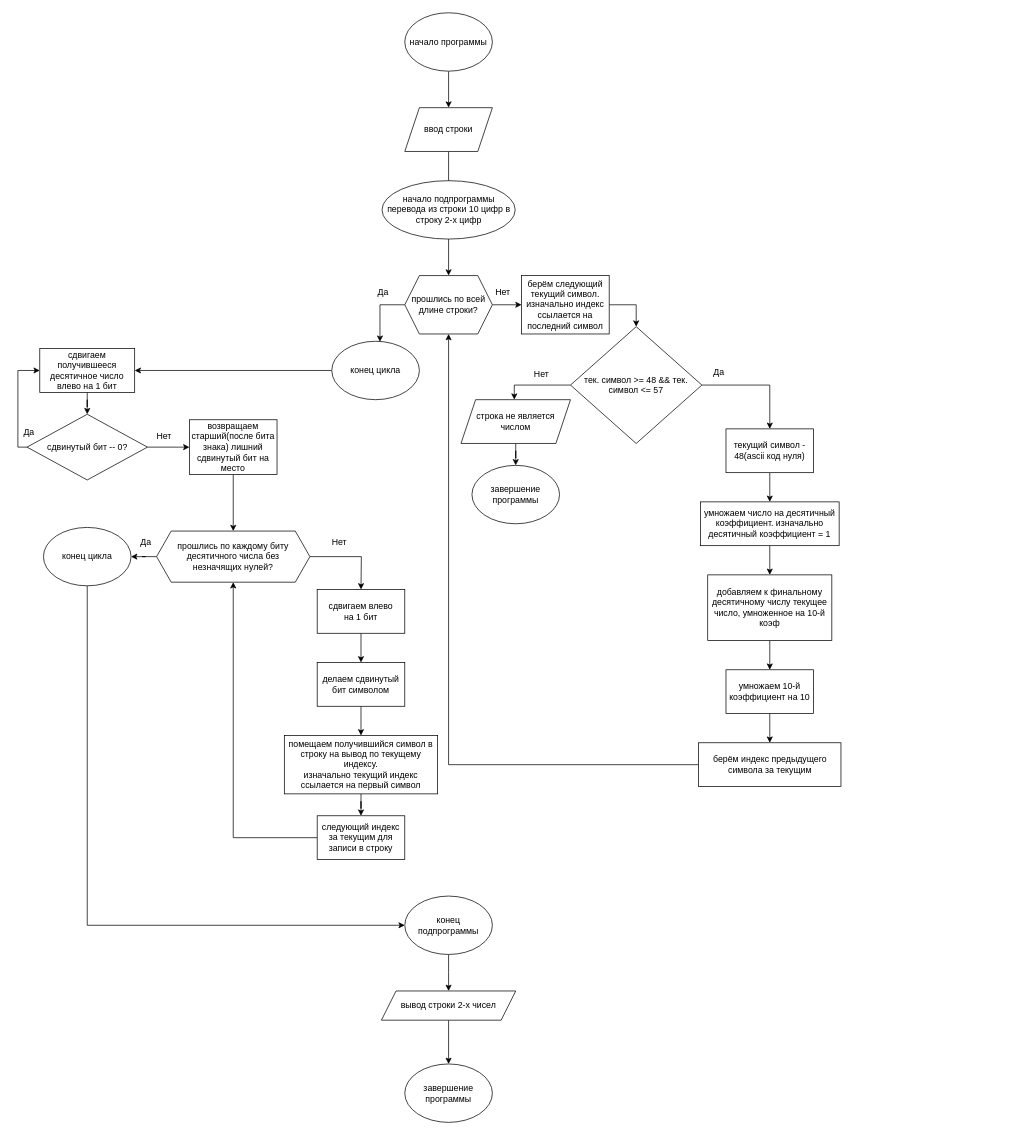
Above: assembler_lab6.drawio in Macsik121/flowcharts (draw.io), before the change. Source tidied: cells renumbered, new cells numbered last; positions are measured from the earlier drawing's top-left corner, leaving out a move shared by most shapes. Both pictures are drawn from the tidied source at 73%, with x=0, y=0 at pixel (14, 12).
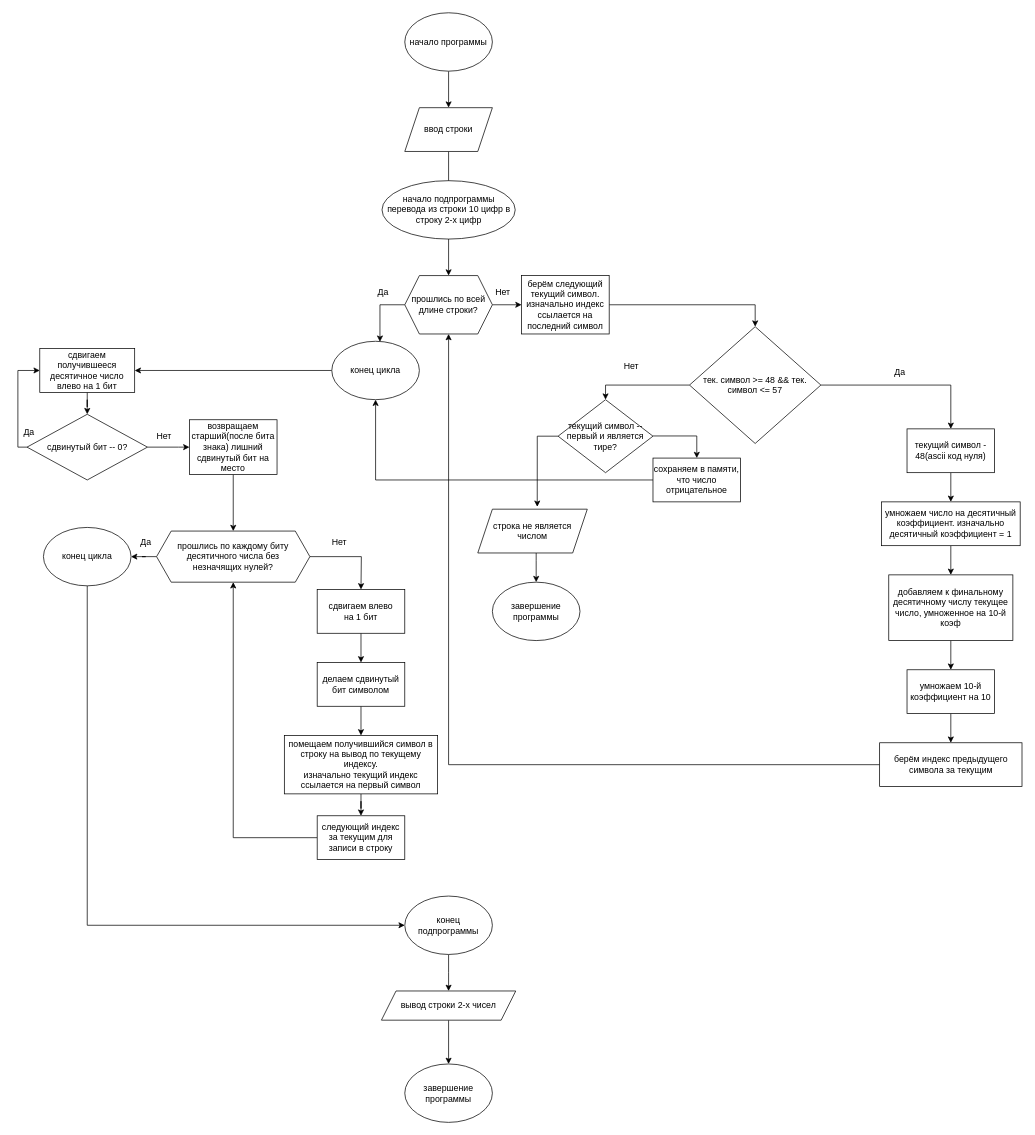
After the change.

Commit message:
настройка программы на работы с отрицательными числами

The change refers to these unchanged cells:
```xml
<mxCell id="10" value="конец цикла" style="ellipse;whiteSpace=wrap;html=1;" parent="1" vertex="1">
  <mxGeometry x="435" y="450" width="120" height="80" as="geometry" />
</mxCell>
<mxCell id="24" value="берём следующий текущий символ. изначально индекс ссылается на последний символ" style="rounded=0;whiteSpace=wrap;html=1;" parent="1" vertex="1">
  <mxGeometry x="695" y="360" width="120" height="80" as="geometry" />
</mxCell>
```

The edit, as a diff of the source:
```diff
@@
     <mxCell id="8" value="текущий символ - 48(ascii код нуля)" style="rounded=0;whiteSpace=wrap;html=1;" parent="1" vertex="1">
-      <mxGeometry x="975" y="570" width="120" height="60" as="geometry" />
+      <mxGeometry x="1223" y="570" width="120" height="60" as="geometry" />
     </mxCell>
@@
-    <mxCell id="11" style="edgeStyle=orthogonalEdgeStyle;rounded=0;jettySize=auto;html=1;entryX=0.5;entryY=0;entryDx=0;entryDy=0;" parent="1" edge="1" source="13" target="8">
+    <mxCell id="11" style="edgeStyle=orthogonalEdgeStyle;rounded=0;jettySize=auto;html=1;entryX=0.5;entryY=0;entryDx=0;entryDy=0;exitX=1;exitY=0.5;exitDx=0;exitDy=0;" parent="1" edge="1" source="13" target="8">
       <mxGeometry relative="1" as="geometry" />
     </mxCell>
-    <mxCell id="12" style="edgeStyle=orthogonalEdgeStyle;rounded=0;jettySize=auto;html=1;" parent="1" edge="1" source="13" target="15">
-      <mxGeometry relative="1" as="geometry">
-        <Array as="points">
-          <mxPoint x="685" y="510" />
-        </Array>
-      </mxGeometry>
-    </mxCell>
+    <mxCell id="63" style="edgeStyle=orthogonalEdgeStyle;rounded=0;jettySize=auto;html=1;" parent="1" edge="1" source="13">
+      <mxGeometry relative="1" as="geometry">
+        <mxPoint x="810" y="530" as="targetPoint" />
+        <Array as="points">
+          <mxPoint x="810" y="510" />
+        </Array>
+      </mxGeometry>
+    </mxCell>
     <mxCell id="13" value="тек. символ &amp;gt;= 48 &amp;amp;&amp;amp; тек. символ &amp;lt;= 57" style="rhombus;whiteSpace=wrap;html=1;" parent="1" vertex="1">
-      <mxGeometry x="762" y="430" width="180" height="160" as="geometry" />
+      <mxGeometry x="925" y="430" width="180" height="160" as="geometry" />
     </mxCell>
-    <mxCell id="14" style="edgeStyle=orthogonalEdgeStyle;rounded=0;jettySize=auto;html=1;entryX=0.5;entryY=0;entryDx=0;entryDy=0;" parent="1" edge="1" source="15" target="16">
-      <mxGeometry relative="1" as="geometry" />
+    <mxCell id="14" style="edgeStyle=orthogonalEdgeStyle;rounded=0;jettySize=auto;html=1;" parent="1" edge="1" source="15" target="16">
+      <mxGeometry relative="1" as="geometry">
+        <Array as="points">
+          <mxPoint x="715" y="750" />
+          <mxPoint x="715" y="750" />
+        </Array>
+      </mxGeometry>
     </mxCell>
     <mxCell id="15" value="строка не является числом" style="shape=parallelogram;perimeter=parallelogramPerimeter;whiteSpace=wrap;html=1;fixedSize=1;" parent="1" vertex="1">
-      <mxGeometry x="612" y="530" width="150" height="60" as="geometry" />
+      <mxGeometry x="635" y="680" width="150" height="60" as="geometry" />
     </mxCell>
     <mxCell id="16" value="завершение программы" style="ellipse;whiteSpace=wrap;html=1;" parent="1" vertex="1">
-      <mxGeometry x="627" y="620" width="120" height="80" as="geometry" />
+      <mxGeometry x="655" y="780" width="120" height="80" as="geometry" />
     </mxCell>
@@
     <mxCell id="18" value="умножаем число на десятичный коэффициент. изначально десятичный коэффициент = 1" style="rounded=0;whiteSpace=wrap;html=1;" parent="1" vertex="1">
-      <mxGeometry x="940" y="670" width="190" height="60" as="geometry" />
+      <mxGeometry x="1188" y="670" width="190" height="60" as="geometry" />
     </mxCell>
@@
     <mxCell id="20" value="добавляем к финальному десятичному числу текущее число, умноженное на 10-й коэф" style="rounded=0;whiteSpace=wrap;html=1;" parent="1" vertex="1">
-      <mxGeometry x="950" y="770" width="170" height="90" as="geometry" />
+      <mxGeometry x="1198" y="770" width="170" height="90" as="geometry" />
     </mxCell>
@@
     <mxCell id="22" value="умножаем 10-й коэффициент на 10" style="rounded=0;whiteSpace=wrap;html=1;" parent="1" vertex="1">
-      <mxGeometry x="975" y="900" width="120" height="60" as="geometry" />
+      <mxGeometry x="1223" y="900" width="120" height="60" as="geometry" />
     </mxCell>
     <mxCell id="23" style="edgeStyle=orthogonalEdgeStyle;rounded=0;jettySize=auto;html=1;entryX=0.5;entryY=0;entryDx=0;entryDy=0;" parent="1" edge="1" source="24" target="13">
       <mxGeometry relative="1" as="geometry">
         <Array as="points">
-          <mxPoint x="852" y="400" />
+          <mxPoint x="1015" y="400" />
         </Array>
       </mxGeometry>
     </mxCell>
@@
     <mxCell id="39" value="берём индекс предыдущего символа за текущим" style="whiteSpace=wrap;html=1;rounded=0;" parent="1" vertex="1">
-      <mxGeometry x="937.5" y="1000" width="195" height="60" as="geometry" />
+      <mxGeometry x="1185.5" y="1000" width="195" height="60" as="geometry" />
     </mxCell>
@@
     <mxCell id="57" value="Нет" style="text;html=1;align=center;verticalAlign=middle;strokeColor=none;fillColor=none;" parent="1" vertex="1">
-      <mxGeometry x="702" y="480" width="40" height="30" as="geometry" />
+      <mxGeometry x="825" y="470" width="40" height="30" as="geometry" />
     </mxCell>
     <mxCell id="58" value="Да" style="text;html=1;align=center;verticalAlign=middle;strokeColor=none;fillColor=none;" parent="1" vertex="1">
-      <mxGeometry x="945" y="478" width="40" height="30" as="geometry" />
+      <mxGeometry x="1193" y="478" width="40" height="30" as="geometry" />
     </mxCell>
@@
+    <mxCell id="64" style="edgeStyle=orthogonalEdgeStyle;rounded=0;jettySize=auto;html=1;entryX=0.5;entryY=0;entryDx=0;entryDy=0;" parent="1" edge="1" target="67">
+      <mxGeometry relative="1" as="geometry">
+        <mxPoint x="875" y="579.7" as="sourcePoint" />
+        <Array as="points">
+          <mxPoint x="935" y="580" />
+        </Array>
+      </mxGeometry>
+    </mxCell>
+    <mxCell id="65" value="текущий символ -- первый и является тире?" style="rhombus;whiteSpace=wrap;html=1;" parent="1" vertex="1">
+      <mxGeometry x="745" y="530" width="130" height="100" as="geometry" />
+    </mxCell>
+    <mxCell id="66" style="edgeStyle=orthogonalEdgeStyle;rounded=0;jettySize=auto;html=1;" parent="1" edge="1" source="67" target="10">
+      <mxGeometry relative="1" as="geometry" />
+    </mxCell>
+    <mxCell id="67" value="сохраняем в памяти, что число отрицательное" style="rounded=0;whiteSpace=wrap;html=1;" parent="1" vertex="1">
+      <mxGeometry x="875" y="610" width="120" height="60" as="geometry" />
+    </mxCell>
+    <mxCell id="68" style="edgeStyle=orthogonalEdgeStyle;rounded=0;jettySize=auto;html=1;entryX=0.543;entryY=-0.054;entryDx=0;entryDy=0;entryPerimeter=0;" parent="1" edge="1" source="65" target="15">
+      <mxGeometry relative="1" as="geometry">
+        <Array as="points">
+          <mxPoint x="717" y="580" />
+        </Array>
+      </mxGeometry>
+    </mxCell>
```
